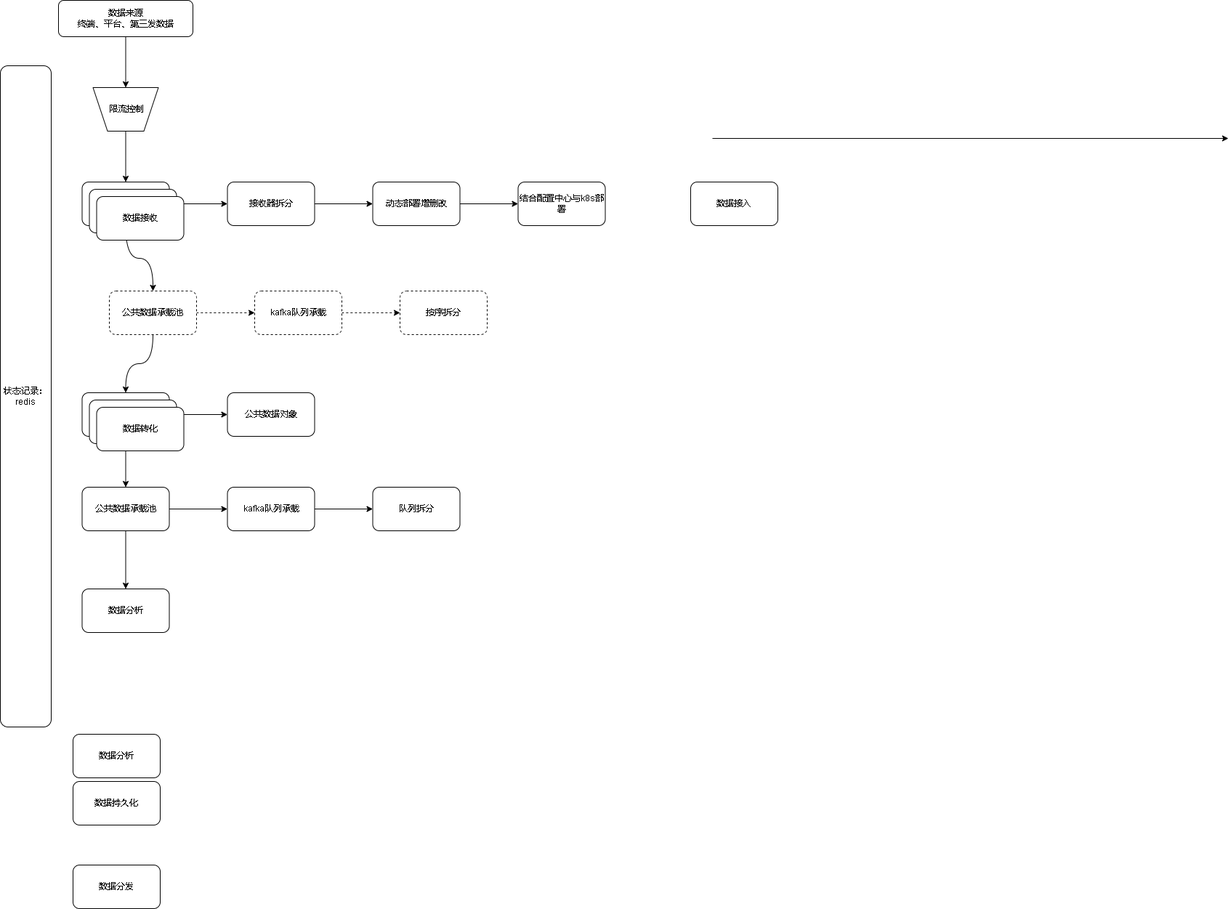
Above: 808后台架构.drawio.png in xktder/draw (draw.io), before the change. Source tidied: cells renumbered, new cells last; positions are measured from the earlier drawing's top-left corner, leaving out a move shared by most shapes.
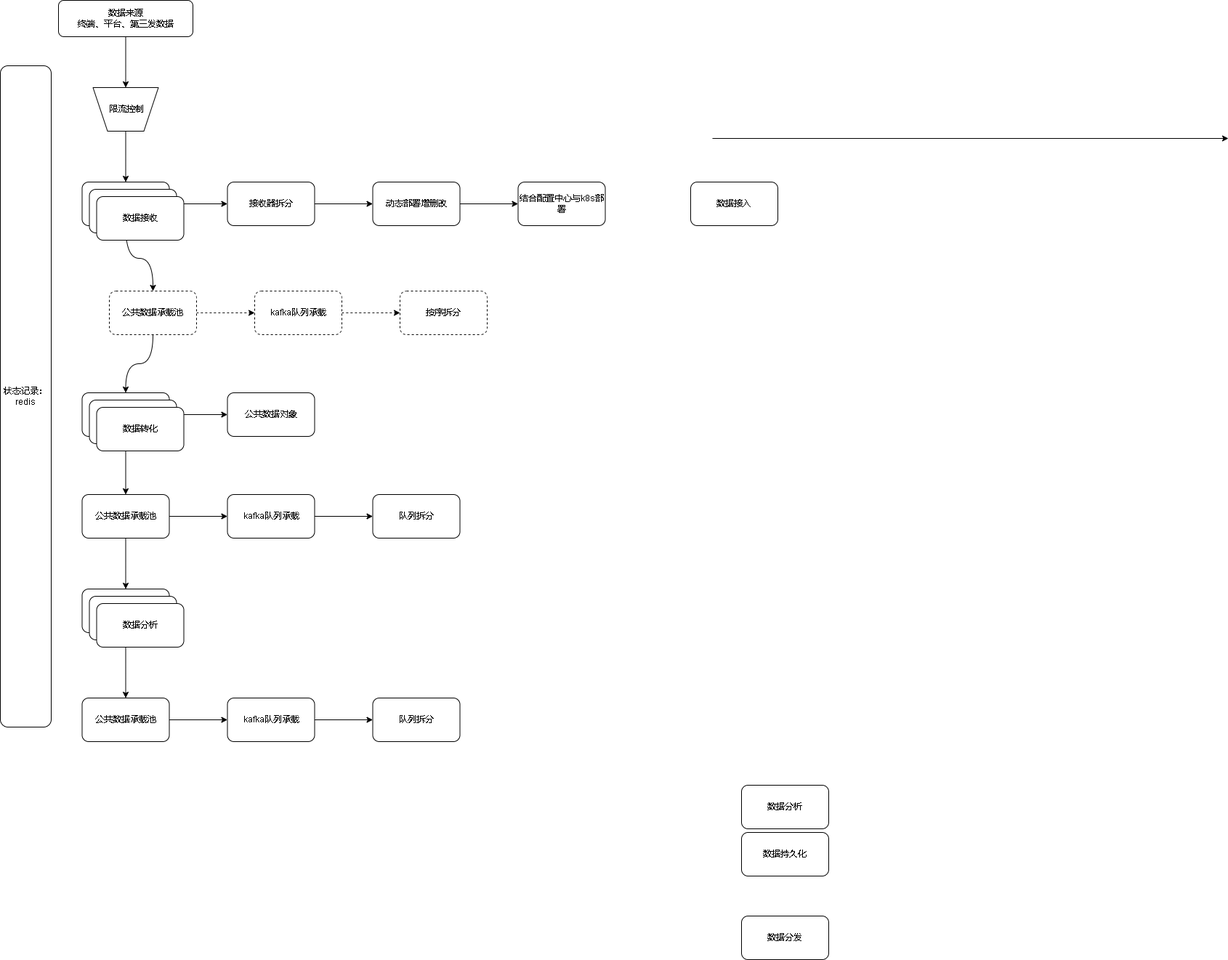
After the change.

Commit message:
更新808后台架构.drawio.png

Diff of the diagram source:
```diff
@@ -18,13 +18,13 @@
       <mxGeometry x="112.5" y="250" width="120" height="60" as="geometry" />
     </mxCell>
     <mxCell id="7" value="数据分析" style="rounded=1;whiteSpace=wrap;html=1;" parent="1" vertex="1">
-      <mxGeometry x="100" y="1010" width="120" height="60" as="geometry" />
+      <mxGeometry x="1020" y="1080" width="120" height="60" as="geometry" />
     </mxCell>
     <mxCell id="8" value="数据持久化" style="rounded=1;whiteSpace=wrap;html=1;" parent="1" vertex="1">
-      <mxGeometry x="100" y="1075" width="120" height="60" as="geometry" />
+      <mxGeometry x="1020" y="1145" width="120" height="60" as="geometry" />
     </mxCell>
     <mxCell id="9" value="数据分发" style="rounded=1;whiteSpace=wrap;html=1;" parent="1" vertex="1">
-      <mxGeometry x="100" y="1190" width="120" height="60" as="geometry" />
+      <mxGeometry x="1020" y="1260" width="120" height="60" as="geometry" />
     </mxCell>
     <mxCell id="10" style="edgeStyle=orthogonalEdgeStyle;curved=1;rounded=0;jettySize=auto;html=1;" parent="1" edge="1" source="11" target="13">
       <mxGeometry relative="1" as="geometry" />
@@ -60,17 +60,20 @@
       <mxGeometry relative="1" as="geometry" />
     </mxCell>
     <mxCell id="21" value="公共数据承载池" style="whiteSpace=wrap;html=1;rounded=1;" parent="1" vertex="1">
-      <mxGeometry x="112.5" y="670" width="120" height="60" as="geometry" />
+      <mxGeometry x="112.5" y="680" width="120" height="60" as="geometry" />
     </mxCell>
     <mxCell id="22" style="edgeStyle=orthogonalEdgeStyle;curved=1;rounded=0;jettySize=auto;html=1;" parent="1" edge="1" source="23" target="24">
       <mxGeometry relative="1" as="geometry" />
     </mxCell>
     <mxCell id="23" value="kafka队列承载" style="whiteSpace=wrap;html=1;rounded=1;" parent="1" vertex="1">
-      <mxGeometry x="312.5" y="670" width="120" height="60" as="geometry" />
+      <mxGeometry x="312.5" y="680" width="120" height="60" as="geometry" />
     </mxCell>
     <mxCell id="24" value="队列拆分" style="whiteSpace=wrap;html=1;rounded=1;" parent="1" vertex="1">
-      <mxGeometry x="512.5" y="670" width="120" height="60" as="geometry" />
+      <mxGeometry x="512.5" y="680" width="120" height="60" as="geometry" />
     </mxCell>
+    <mxCell id="42" style="edgeStyle=orthogonalEdgeStyle;curved=1;rounded=0;jettySize=auto;html=1;entryX=0.5;entryY=0;entryDx=0;entryDy=0;" parent="1" edge="1" source="25" target="46">
+      <mxGeometry relative="1" as="geometry" />
+    </mxCell>
     <mxCell id="25" value="数据分析" style="whiteSpace=wrap;html=1;rounded=1;" parent="1" vertex="1">
       <mxGeometry x="112.5" y="810" width="120" height="60" as="geometry" />
     </mxCell>
@@ -125,5 +128,26 @@
     <mxCell id="41" value="数据转化" style="whiteSpace=wrap;html=1;rounded=1;" parent="1" vertex="1">
       <mxGeometry x="132.5" y="560" width="120" height="60" as="geometry" />
     </mxCell>
+    <mxCell id="43" value="数据分析" style="whiteSpace=wrap;html=1;rounded=1;" parent="1" vertex="1">
+      <mxGeometry x="122.5" y="820" width="120" height="60" as="geometry" />
+    </mxCell>
+    <mxCell id="44" value="数据分析" style="whiteSpace=wrap;html=1;rounded=1;" parent="1" vertex="1">
+      <mxGeometry x="132.5" y="830" width="120" height="60" as="geometry" />
+    </mxCell>
+    <mxCell id="45" style="edgeStyle=orthogonalEdgeStyle;curved=1;rounded=0;jettySize=auto;html=1;" parent="1" edge="1" source="46" target="48">
+      <mxGeometry relative="1" as="geometry" />
+    </mxCell>
+    <mxCell id="46" value="公共数据承载池" style="whiteSpace=wrap;html=1;rounded=1;" parent="1" vertex="1">
+      <mxGeometry x="112.5" y="960" width="120" height="60" as="geometry" />
+    </mxCell>
+    <mxCell id="47" style="edgeStyle=orthogonalEdgeStyle;curved=1;rounded=0;jettySize=auto;html=1;" parent="1" edge="1" source="48" target="49">
+      <mxGeometry relative="1" as="geometry" />
+    </mxCell>
+    <mxCell id="48" value="kafka队列承载" style="whiteSpace=wrap;html=1;rounded=1;" parent="1" vertex="1">
+      <mxGeometry x="312.5" y="960" width="120" height="60" as="geometry" />
+    </mxCell>
+    <mxCell id="49" value="队列拆分" style="whiteSpace=wrap;html=1;rounded=1;" parent="1" vertex="1">
+      <mxGeometry x="512.5" y="960" width="120" height="60" as="geometry" />
+    </mxCell>
   </root>
 </mxGraphModel>
```
